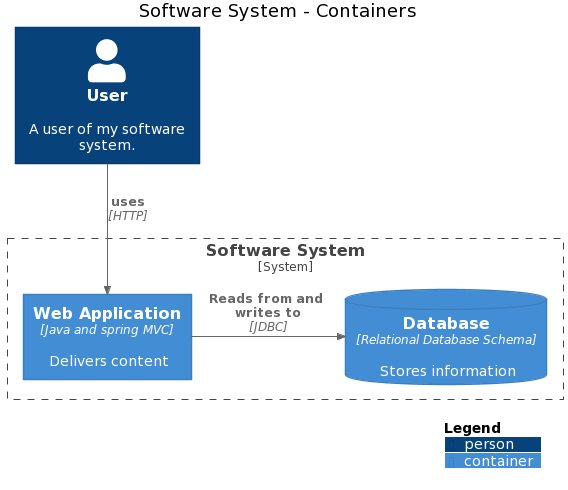
Earlier version of the PlantUML export docs/images/c4-plantuml-getting-started2.png (structurizr/dotnet-extensions).
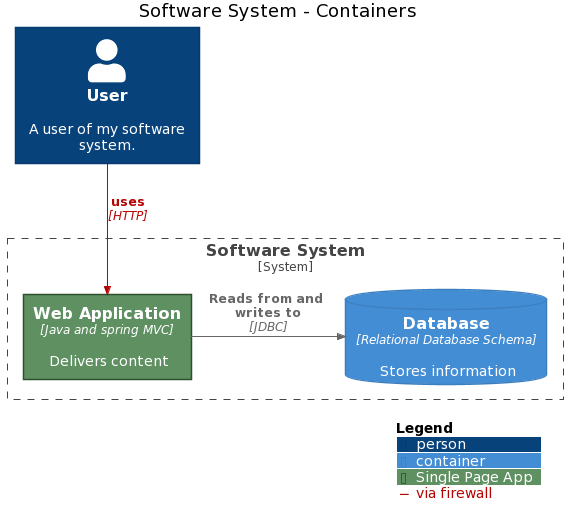
After the change.

Commit message:
C4PlantUmlWriter: Update with v2.2.0 tags and styles (and with EnableNextFeatures the v2.3.0 person shape; rounded boxes, dotted lines...)

Change to the diagram source:
```diff
@@ -3,12 +3,15 @@
 
 title Software System - Containers
 
+AddElementTag(Single Page App, $bgColor = "#5f9061", $fontColor = "#ffffff", $borderColor = "#2e4f2e")
+AddRelTag(via firewall, $textColor = "#b40404", $lineColor = "#b40404")
+
 Person(User__378734a, "User", "A user of my software system.")
 System_Boundary(SoftwareSystem__33c0d9d, "Software System") {
   ContainerDb(SoftwareSystem__Database__202c666, "Database", "Relational Database Schema", "Stores information")
-  Container(SoftwareSystem__WebApplication__2004eee, "Web Application", "Java and spring MVC", "Delivers content")
+  Container(SoftwareSystem__WebApplication__2004eee, "Web Application", "Java and spring MVC", "Delivers content", $tags="Single Page App")
 }
-Rel(User__378734a, SoftwareSystem__WebApplication__2004eee, "uses", "HTTP")
+Rel(User__378734a, SoftwareSystem__WebApplication__2004eee, "uses", "HTTP", $tags="via firewall")
 Rel_Right(SoftwareSystem__WebApplication__2004eee, SoftwareSystem__Database__202c666, "Reads from and writes to", "JDBC")
 
 SHOW_LEGEND()
```
